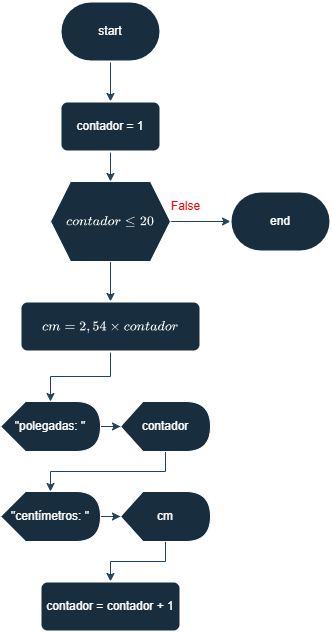
The draw.io diagram Parte-3/atividade5.png in kf-martins-uel/algoritmos-atividade1, before a commit. Source tidied: cells renumbered, new cells last; positions are measured from the earlier drawing's top-left corner, leaving out a move shared by most shapes.
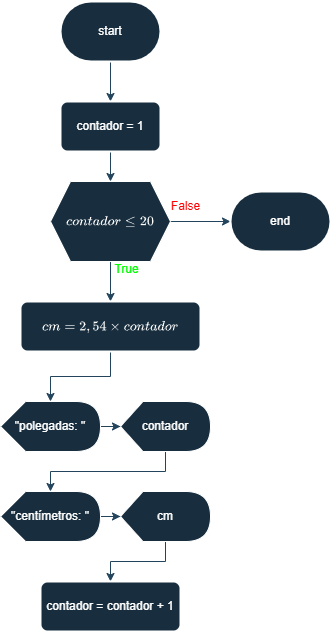
Above is the later version.

What changed in the source:
```diff
@@ -67,5 +67,8 @@
     <mxCell id="21" value="contador = contador + 1" style="rounded=1;whiteSpace=wrap;html=1;absoluteArcSize=1;arcSize=14;strokeWidth=2;labelBackgroundColor=none;fillColor=#182E3E;strokeColor=#FFFFFF;fontColor=#FFFFFF;" parent="1" vertex="1">
       <mxGeometry x="40" y="580" width="140" height="50" as="geometry" />
     </mxCell>
+    <mxCell id="22" value="&lt;font style=&quot;color: light-dark(rgb(0, 255, 0), rgb(0, 255, 0));&quot;&gt;True&lt;/font&gt;" style="text;html=1;align=center;verticalAlign=middle;strokeColor=none;fillColor=none;fontColor=#FFFFFF;labelBackgroundColor=none;" parent="1" vertex="1">
+      <mxGeometry x="101" y="253" width="50" height="30" as="geometry" />
+    </mxCell>
   </root>
 </mxGraphModel>
```
